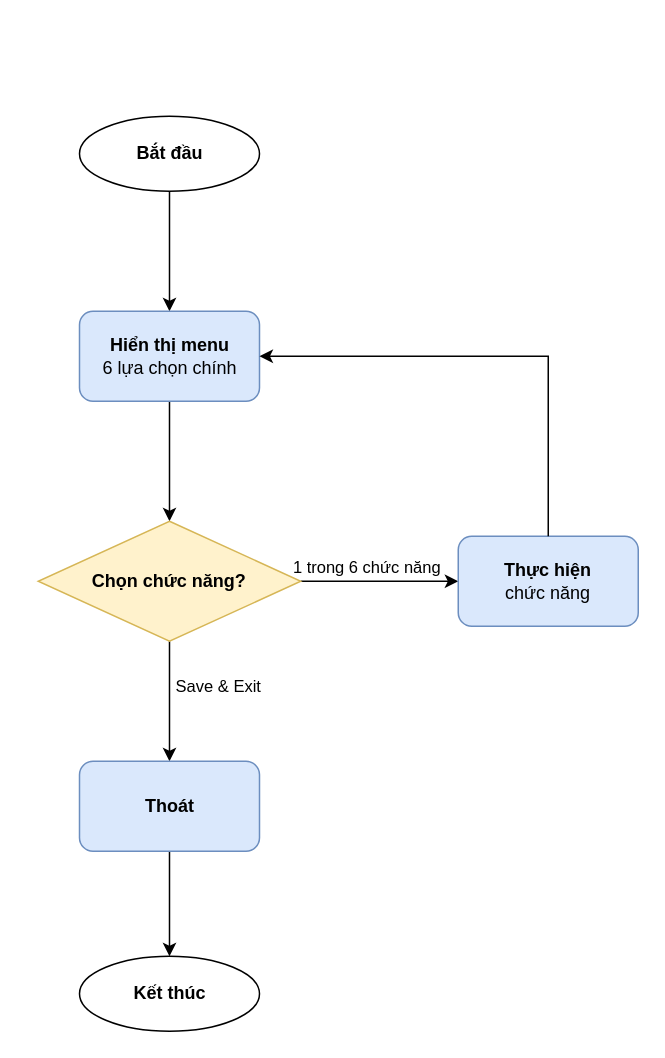
Above: docs/lab2_flowcharts/Works/Flashcard_Overview_Flowchart.drawio in i-dan-d/flashcard-prf193 (draw.io), before the change. Source tidied: cells renumbered, new cells numbered last; positions are measured from the earlier drawing's top-left corner, leaving out a move shared by most shapes. Both pictures are drawn from the tidied source at 150%, with x=0, y=0 at pixel (38, 116).
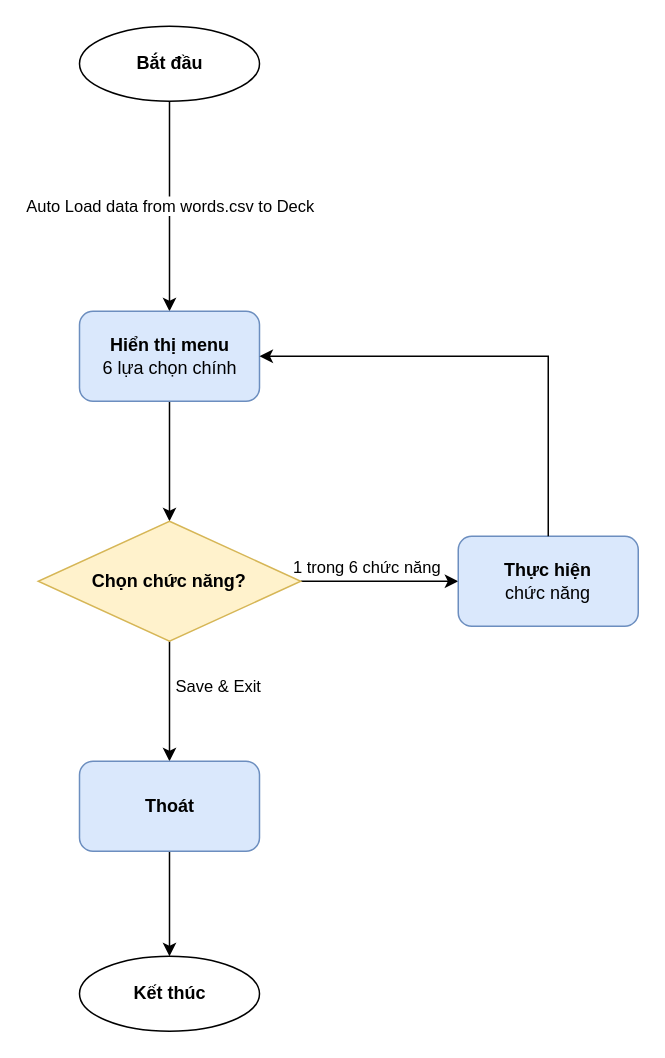
Above is the later version.

Diff of the diagram source:
```diff
@@
 <mxGraphModel>
   <root>
     <mxCell id="0" />
     <mxCell id="1" parent="0" />
-    <mxCell id="2" style="edgeStyle=orthogonalEdgeStyle;rounded=0;jettySize=auto;html=1;" parent="1" edge="1" source="3" target="5">
+    <mxCell id="2" value="Auto Load data from words.csv to Deck" style="edgeStyle=orthogonalEdgeStyle;rounded=0;jettySize=auto;html=1;" parent="1" edge="1" source="3" target="5">
       <mxGeometry relative="1" as="geometry" />
     </mxCell>
     <mxCell id="3" value="Bắt đầu" style="ellipse;whiteSpace=wrap;html=1;shapeInside=1;fontStyle=1;" parent="1" vertex="1">
-      <mxGeometry x="27.5" width="120" height="50" as="geometry" />
+      <mxGeometry x="27.5" y="-60" width="120" height="50" as="geometry" />
     </mxCell>
     <mxCell id="4" style="edgeStyle=orthogonalEdgeStyle;rounded=0;jettySize=auto;html=1;" parent="1" edge="1" source="5" target="9">
       <mxGeometry relative="1" as="geometry" />
     </mxCell>
     <mxCell id="5" value="&lt;b&gt;Hiển thị menu&lt;/b&gt;&lt;br&gt;6 lựa chọn chính" style="rounded=1;whiteSpace=wrap;html=1;fillColor=#dae8fc;strokeColor=#6c8ebf;" parent="1" vertex="1">
       <mxGeometry x="27.5" y="130" width="120" height="60" as="geometry" />
     </mxCell>
     <mxCell id="6" style="edgeStyle=orthogonalEdgeStyle;rounded=0;jettySize=auto;html=1;" parent="1" edge="1" source="9" target="10">
       <mxGeometry x="0.05" y="10" relative="1" as="geometry" />
     </mxCell>
     <mxCell id="7" value="1 trong 6 chức năng" style="edgeLabel;html=1;align=center;verticalAlign=middle;inheritText=1;" parent="6" vertex="1">
       <mxGeometry x="-0.18" y="-1" relative="1" as="geometry">
         <mxPoint y="-11" as="offset" />
       </mxGeometry>
     </mxCell>
     <mxCell id="8" value="Save &amp;amp; Exit" style="edgeStyle=orthogonalEdgeStyle;rounded=0;jettySize=auto;html=1;" parent="1" edge="1" source="9" target="12">
       <mxGeometry x="-0.25" y="32" relative="1" as="geometry" />
     </mxCell>
     <mxCell id="9" value="Chọn chức năng?" style="rhombus;whiteSpace=wrap;html=1;shapeInside=1;fontStyle=1;fillColor=#fff2cc;strokeColor=#d6b656;" parent="1" vertex="1">
       <mxGeometry y="270" width="175" height="80" as="geometry" />
     </mxCell>
     <mxCell id="10" value="&lt;b&gt;Thực hiện&lt;/b&gt;&lt;br&gt;chức năng" style="rounded=1;whiteSpace=wrap;html=1;fillColor=#dae8fc;strokeColor=#6c8ebf;" parent="1" vertex="1">
       <mxGeometry x="280" y="280" width="120" height="60" as="geometry" />
     </mxCell>
     <mxCell id="11" style="edgeStyle=orthogonalEdgeStyle;rounded=0;jettySize=auto;html=1;" parent="1" edge="1" source="12" target="13">
       <mxGeometry relative="1" as="geometry" />
     </mxCell>
     <mxCell id="12" value="&lt;b&gt;Thoát&lt;/b&gt;" style="rounded=1;whiteSpace=wrap;html=1;fillColor=#dae8fc;strokeColor=#6c8ebf;" parent="1" vertex="1">
       <mxGeometry x="27.5" y="430" width="120" height="60" as="geometry" />
     </mxCell>
     <mxCell id="13" value="Kết thúc" style="ellipse;whiteSpace=wrap;html=1;shapeInside=1;fontStyle=1;" parent="1" vertex="1">
       <mxGeometry x="27.5" y="560" width="120" height="50" as="geometry" />
     </mxCell>
     <mxCell id="14" style="edgeStyle=none;jettySize=auto;html=1;rounded=0;exitX=0.5;exitY=0;exitDx=0;exitDy=0;entryX=1;entryY=0.5;entryDx=0;entryDy=0;" parent="1" edge="1" source="10" target="5">
       <mxGeometry relative="1" as="geometry">
         <Array as="points">
           <mxPoint x="340" y="160" />
         </Array>
       </mxGeometry>
     </mxCell>
   </root>
 </mxGraphModel>
```
